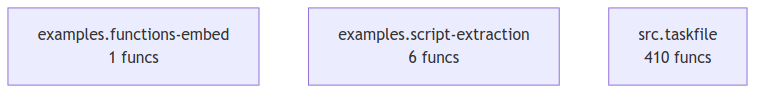
The Mermaid diagram project/compact_flow.png in pyfunc/taskfile, before a commit. Its source is kept beside it as project/compact_flow.mmd.
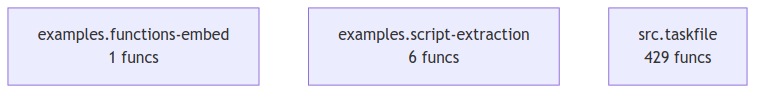
Later version of the same file.

The edit, as a diff of the source:
```diff
@@ -1,4 +1,4 @@
 flowchart TD
     examples_functions_embed["examples.functions-embed<br/>1 funcs"]
     examples_script_extraction["examples.script-extraction<br/>6 funcs"]
-    src_taskfile["src.taskfile<br/>410 funcs"]
+    src_taskfile["src.taskfile<br/>429 funcs"]
```
